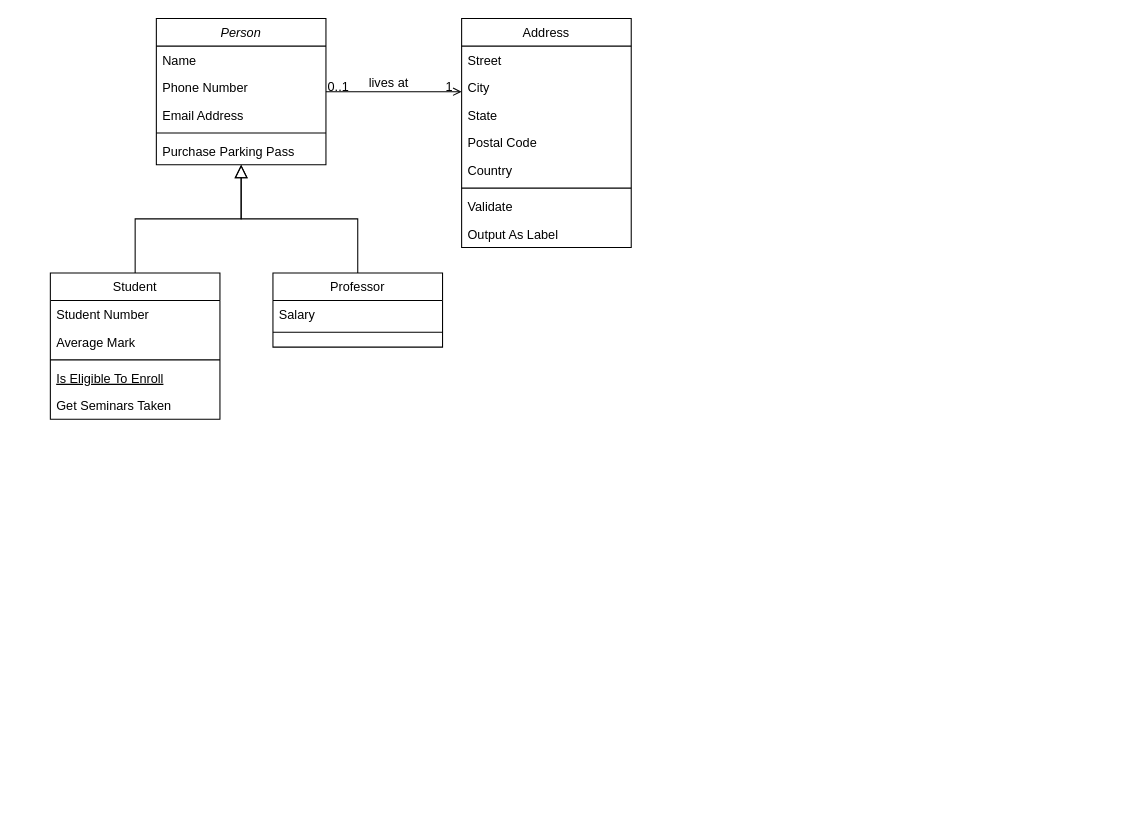
Earlier version of the draw.io diagram Diagrama sin título.drawio (Joaco-l/Portfolio). Source tidied: cells renumbered, new cells numbered last; positions are measured from the earlier drawing's top-left corner, leaving out a move shared by most shapes. Both pictures are drawn from the tidied source at 106%, with x=0, y=0 at pixel (50, 18).
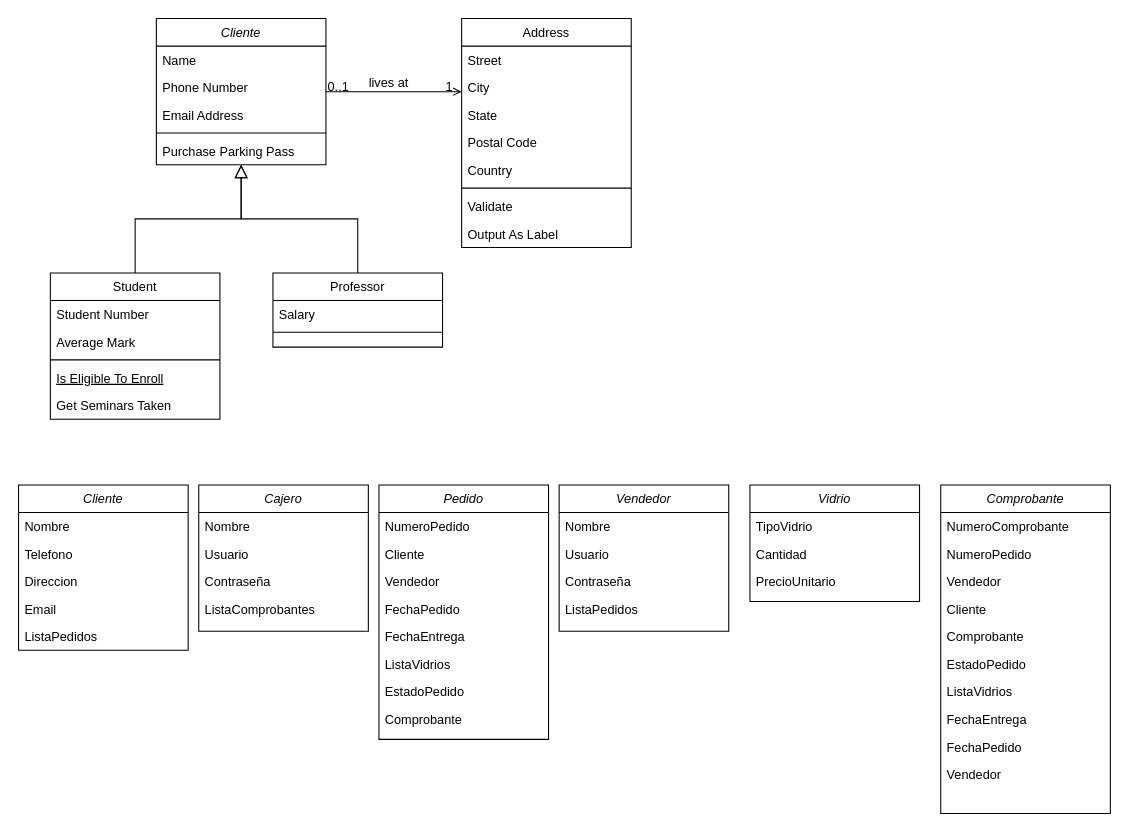
The same page after the edit.

The edit, as a diff of the source:
```diff
@@
-    <mxCell id="2" value="Person" style="swimlane;fontStyle=2;align=center;verticalAlign=top;horizontal=1;startSize=26;rounded=0;shadow=0;strokeWidth=1;" parent="1" vertex="1">
+    <mxCell id="2" value="Cliente" style="swimlane;fontStyle=2;align=center;verticalAlign=top;horizontal=1;startSize=26;rounded=0;shadow=0;strokeWidth=1;" parent="1" vertex="1">
       <mxGeometry x="100" width="160" height="138" as="geometry" />
     </mxCell>
@@
+    <mxCell id="32" value="Cliente" style="swimlane;fontStyle=2;align=center;verticalAlign=top;horizontal=1;startSize=26;rounded=0;shadow=0;strokeWidth=1;" parent="1" vertex="1">
+      <mxGeometry x="-30" y="440" width="160" height="156" as="geometry" />
+    </mxCell>
+    <mxCell id="33" value="Nombre" style="text;align=left;verticalAlign=top;spacingLeft=4;spacingRight=4;overflow=hidden;" parent="32" vertex="1">
+      <mxGeometry y="26" width="160" height="26" as="geometry" />
+    </mxCell>
+    <mxCell id="34" value="Telefono" style="text;align=left;verticalAlign=top;spacingLeft=4;spacingRight=4;overflow=hidden;rounded=0;shadow=0;html=0;" parent="32" vertex="1">
+      <mxGeometry y="52" width="160" height="26" as="geometry" />
+    </mxCell>
+    <mxCell id="35" value="Direccion" style="text;align=left;verticalAlign=top;spacingLeft=4;spacingRight=4;overflow=hidden;rounded=0;shadow=0;html=0;" parent="32" vertex="1">
+      <mxGeometry y="78" width="160" height="26" as="geometry" />
+    </mxCell>
+    <mxCell id="36" value="Email" style="text;align=left;verticalAlign=top;spacingLeft=4;spacingRight=4;overflow=hidden;" parent="32" vertex="1">
+      <mxGeometry y="104" width="160" height="26" as="geometry" />
+    </mxCell>
+    <mxCell id="37" value="ListaPedidos" style="text;align=left;verticalAlign=top;spacingLeft=4;spacingRight=4;overflow=hidden;" parent="32" vertex="1">
+      <mxGeometry y="130" width="160" height="26" as="geometry" />
+    </mxCell>
+    <mxCell id="38" value="Cajero" style="swimlane;fontStyle=2;align=center;verticalAlign=top;horizontal=1;startSize=26;rounded=0;shadow=0;strokeWidth=1;" parent="1" vertex="1">
+      <mxGeometry x="140" y="440" width="160" height="138" as="geometry" />
+    </mxCell>
+    <mxCell id="39" value="Nombre" style="text;align=left;verticalAlign=top;spacingLeft=4;spacingRight=4;overflow=hidden;" parent="38" vertex="1">
+      <mxGeometry y="26" width="160" height="26" as="geometry" />
+    </mxCell>
+    <mxCell id="40" value="Usuario" style="text;align=left;verticalAlign=top;spacingLeft=4;spacingRight=4;overflow=hidden;rounded=0;shadow=0;html=0;" parent="38" vertex="1">
+      <mxGeometry y="52" width="160" height="26" as="geometry" />
+    </mxCell>
+    <mxCell id="41" value="Contraseña" style="text;align=left;verticalAlign=top;spacingLeft=4;spacingRight=4;overflow=hidden;rounded=0;shadow=0;html=0;" parent="38" vertex="1">
+      <mxGeometry y="78" width="160" height="26" as="geometry" />
+    </mxCell>
+    <mxCell id="42" value="ListaComprobantes" style="text;align=left;verticalAlign=top;spacingLeft=4;spacingRight=4;overflow=hidden;fontSize=12;" parent="38" vertex="1">
+      <mxGeometry y="104" width="160" height="26" as="geometry" />
+    </mxCell>
+    <mxCell id="43" value="Pedido" style="swimlane;fontStyle=2;align=center;verticalAlign=top;horizontal=1;startSize=26;rounded=0;shadow=0;strokeWidth=1;" parent="1" vertex="1">
+      <mxGeometry x="310" y="440" width="160" height="240" as="geometry" />
+    </mxCell>
+    <mxCell id="44" value="NumeroPedido" style="text;align=left;verticalAlign=top;spacingLeft=4;spacingRight=4;overflow=hidden;" parent="43" vertex="1">
+      <mxGeometry y="26" width="160" height="26" as="geometry" />
+    </mxCell>
+    <mxCell id="45" value="Cliente" style="text;align=left;verticalAlign=top;spacingLeft=4;spacingRight=4;overflow=hidden;rounded=0;shadow=0;html=0;" parent="43" vertex="1">
+      <mxGeometry y="52" width="160" height="26" as="geometry" />
+    </mxCell>
+    <mxCell id="46" value="Vendedor" style="text;align=left;verticalAlign=top;spacingLeft=4;spacingRight=4;overflow=hidden;rounded=0;shadow=0;html=0;" parent="43" vertex="1">
+      <mxGeometry y="78" width="160" height="26" as="geometry" />
+    </mxCell>
+    <mxCell id="47" value="FechaPedido" style="text;align=left;verticalAlign=top;spacingLeft=4;spacingRight=4;overflow=hidden;" parent="43" vertex="1">
+      <mxGeometry y="104" width="160" height="26" as="geometry" />
+    </mxCell>
+    <mxCell id="48" value="FechaEntrega" style="text;align=left;verticalAlign=top;spacingLeft=4;spacingRight=4;overflow=hidden;" parent="43" vertex="1">
+      <mxGeometry y="130" width="160" height="26" as="geometry" />
+    </mxCell>
+    <mxCell id="49" value="ListaVidrios" style="text;align=left;verticalAlign=top;spacingLeft=4;spacingRight=4;overflow=hidden;" parent="43" vertex="1">
+      <mxGeometry y="156" width="160" height="26" as="geometry" />
+    </mxCell>
+    <mxCell id="50" value="EstadoPedido" style="text;align=left;verticalAlign=top;spacingLeft=4;spacingRight=4;overflow=hidden;" parent="43" vertex="1">
+      <mxGeometry y="182" width="160" height="26" as="geometry" />
+    </mxCell>
+    <mxCell id="51" value="Comprobante" style="text;align=left;verticalAlign=top;spacingLeft=4;spacingRight=4;overflow=hidden;" parent="43" vertex="1">
+      <mxGeometry y="208" width="160" height="26" as="geometry" />
+    </mxCell>
+    <mxCell id="52" value="Vendedor" style="swimlane;fontStyle=2;align=center;verticalAlign=top;horizontal=1;startSize=26;rounded=0;shadow=0;strokeWidth=1;" parent="1" vertex="1">
+      <mxGeometry x="480" y="440" width="160" height="138" as="geometry" />
+    </mxCell>
+    <mxCell id="53" value="Nombre" style="text;align=left;verticalAlign=top;spacingLeft=4;spacingRight=4;overflow=hidden;" parent="52" vertex="1">
+      <mxGeometry y="26" width="160" height="26" as="geometry" />
+    </mxCell>
+    <mxCell id="54" value="Usuario" style="text;align=left;verticalAlign=top;spacingLeft=4;spacingRight=4;overflow=hidden;rounded=0;shadow=0;html=0;" parent="52" vertex="1">
+      <mxGeometry y="52" width="160" height="26" as="geometry" />
+    </mxCell>
+    <mxCell id="55" value="Contraseña" style="text;align=left;verticalAlign=top;spacingLeft=4;spacingRight=4;overflow=hidden;rounded=0;shadow=0;html=0;" parent="52" vertex="1">
+      <mxGeometry y="78" width="160" height="26" as="geometry" />
+    </mxCell>
+    <mxCell id="56" value="ListaPedidos" style="text;align=left;verticalAlign=top;spacingLeft=4;spacingRight=4;overflow=hidden;fontSize=12;" parent="52" vertex="1">
+      <mxGeometry y="104" width="160" height="26" as="geometry" />
+    </mxCell>
+    <mxCell id="57" value="Vidrio" style="swimlane;fontStyle=2;align=center;verticalAlign=top;horizontal=1;startSize=26;rounded=0;shadow=0;strokeWidth=1;" parent="1" vertex="1">
+      <mxGeometry x="660" y="440" width="160" height="110" as="geometry" />
+    </mxCell>
+    <mxCell id="58" value="TipoVidrio" style="text;align=left;verticalAlign=top;spacingLeft=4;spacingRight=4;overflow=hidden;" parent="57" vertex="1">
+      <mxGeometry y="26" width="160" height="26" as="geometry" />
+    </mxCell>
+    <mxCell id="59" value="Cantidad" style="text;align=left;verticalAlign=top;spacingLeft=4;spacingRight=4;overflow=hidden;rounded=0;shadow=0;html=0;" parent="57" vertex="1">
+      <mxGeometry y="52" width="160" height="26" as="geometry" />
+    </mxCell>
+    <mxCell id="60" value="PrecioUnitario" style="text;align=left;verticalAlign=top;spacingLeft=4;spacingRight=4;overflow=hidden;rounded=0;shadow=0;html=0;" parent="57" vertex="1">
+      <mxGeometry y="78" width="160" height="26" as="geometry" />
+    </mxCell>
+    <mxCell id="61" value="Comprobante" style="swimlane;fontStyle=2;align=center;verticalAlign=top;horizontal=1;startSize=26;rounded=0;shadow=0;strokeWidth=1;" parent="1" vertex="1">
+      <mxGeometry x="840" y="440" width="160" height="310" as="geometry" />
+    </mxCell>
+    <mxCell id="62" value="NumeroComprobante" style="text;align=left;verticalAlign=top;spacingLeft=4;spacingRight=4;overflow=hidden;" parent="61" vertex="1">
+      <mxGeometry y="26" width="160" height="26" as="geometry" />
+    </mxCell>
+    <mxCell id="63" value="NumeroPedido" style="text;align=left;verticalAlign=top;spacingLeft=4;spacingRight=4;overflow=hidden;" parent="61" vertex="1">
+      <mxGeometry y="52" width="160" height="26" as="geometry" />
+    </mxCell>
+    <mxCell id="64" value="Vendedor" style="text;align=left;verticalAlign=top;spacingLeft=4;spacingRight=4;overflow=hidden;rounded=0;shadow=0;html=0;" parent="61" vertex="1">
+      <mxGeometry y="78" width="160" height="26" as="geometry" />
+    </mxCell>
+    <mxCell id="65" value="Cliente" style="text;align=left;verticalAlign=top;spacingLeft=4;spacingRight=4;overflow=hidden;rounded=0;shadow=0;html=0;" parent="61" vertex="1">
+      <mxGeometry y="104" width="160" height="26" as="geometry" />
+    </mxCell>
+    <mxCell id="66" value="Comprobante" style="text;align=left;verticalAlign=top;spacingLeft=4;spacingRight=4;overflow=hidden;" parent="61" vertex="1">
+      <mxGeometry y="130" width="160" height="26" as="geometry" />
+    </mxCell>
+    <mxCell id="67" value="EstadoPedido" style="text;align=left;verticalAlign=top;spacingLeft=4;spacingRight=4;overflow=hidden;" parent="61" vertex="1">
+      <mxGeometry y="156" width="160" height="26" as="geometry" />
+    </mxCell>
+    <mxCell id="68" value="ListaVidrios" style="text;align=left;verticalAlign=top;spacingLeft=4;spacingRight=4;overflow=hidden;" parent="61" vertex="1">
+      <mxGeometry y="182" width="160" height="26" as="geometry" />
+    </mxCell>
+    <mxCell id="69" value="FechaEntrega" style="text;align=left;verticalAlign=top;spacingLeft=4;spacingRight=4;overflow=hidden;" parent="61" vertex="1">
+      <mxGeometry y="208" width="160" height="26" as="geometry" />
+    </mxCell>
+    <mxCell id="70" value="FechaPedido" style="text;align=left;verticalAlign=top;spacingLeft=4;spacingRight=4;overflow=hidden;" parent="61" vertex="1">
+      <mxGeometry y="234" width="160" height="26" as="geometry" />
+    </mxCell>
+    <mxCell id="71" value="Vendedor" style="text;align=left;verticalAlign=top;spacingLeft=4;spacingRight=4;overflow=hidden;rounded=0;shadow=0;html=0;" parent="61" vertex="1">
+      <mxGeometry y="260" width="160" height="26" as="geometry" />
+    </mxCell>
```
